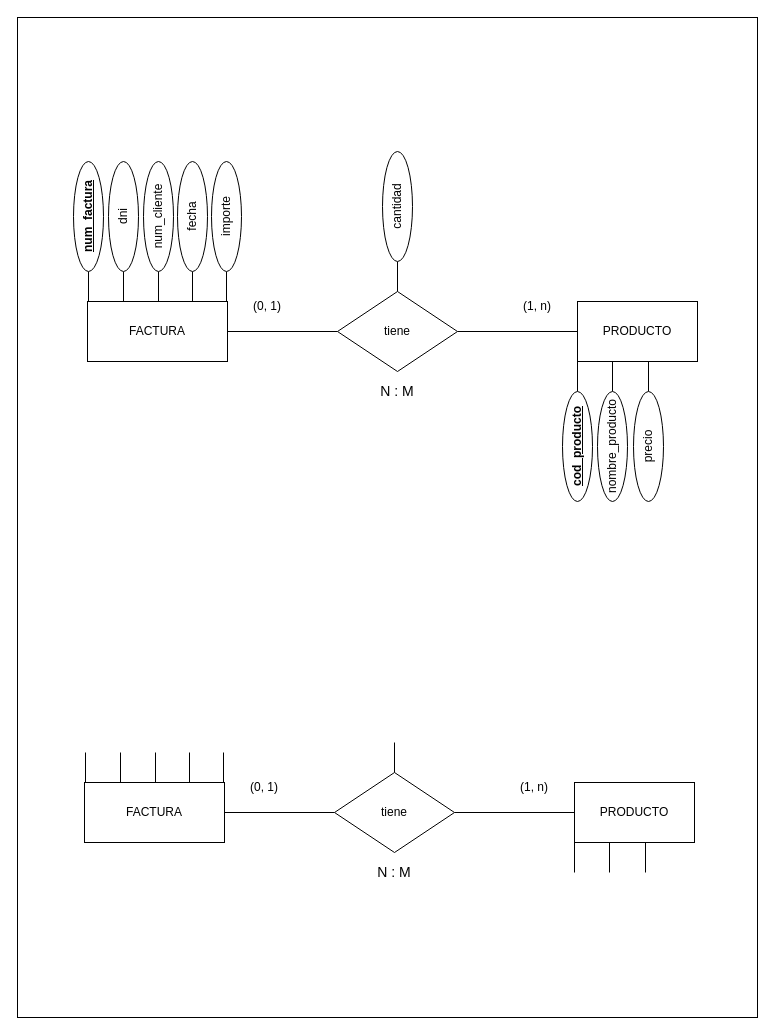
Above: src/BBDD/first_trimester/exercises/ejercicio1/ejercicio1_BBDD_ER.drawio in MLT93/UNIR (draw.io), before the change. Source tidied: cells renumbered, new cells numbered last; positions are measured from the earlier drawing's top-left corner, leaving out a move shared by most shapes. Both pictures are drawn from the tidied source at 100%, with x=0, y=0 at pixel (17, 17).
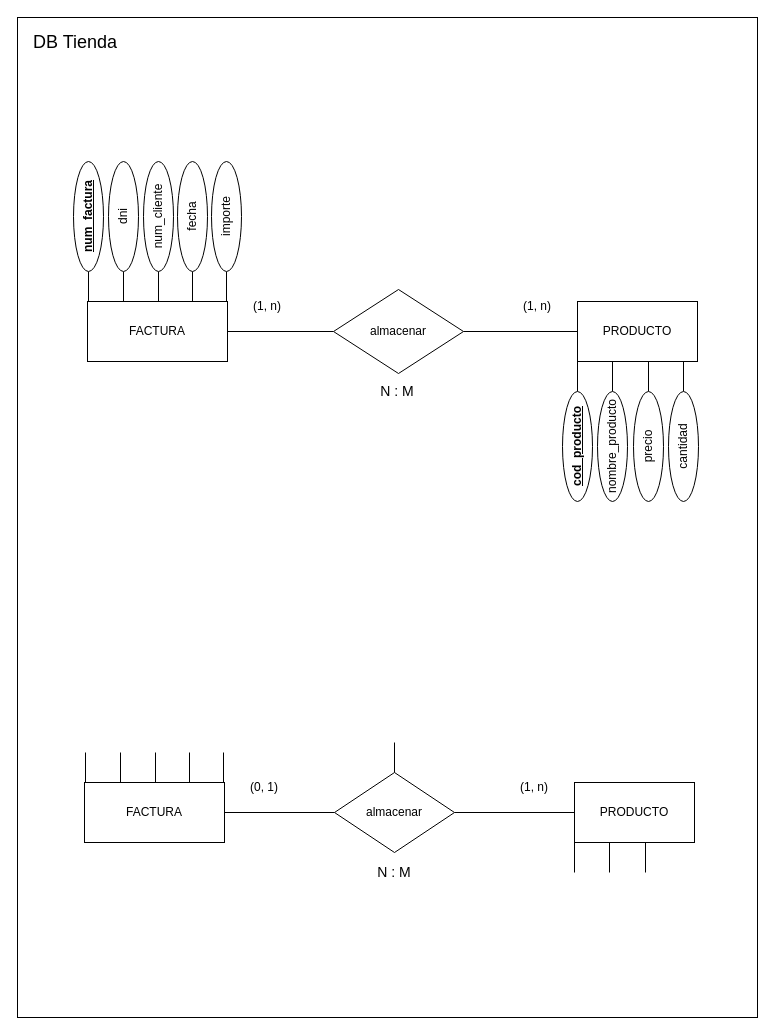
After the change.

Diff of the diagram source:
```diff
@@
-    <mxCell id="7" value="tiene" style="rhombus;whiteSpace=wrap;html=1;rounded=0;" parent="1" vertex="1">
-      <mxGeometry x="320" y="274" width="120" height="80" as="geometry" />
+    <mxCell id="7" value="almacenar" style="rhombus;whiteSpace=wrap;html=1;rounded=0;" parent="1" vertex="1">
+      <mxGeometry x="316" y="272" width="130" height="84" as="geometry" />
     </mxCell>
-    <mxCell id="8" style="endArrow=none;html=1;rounded=0;entryX=0;entryY=0.5;entryDx=0;entryDy=0;" parent="1" edge="1" target="9">
-      <mxGeometry relative="1" as="geometry">
-        <mxPoint x="380" y="274" as="sourcePoint" />
-      </mxGeometry>
-    </mxCell>
-    <mxCell id="9" value="cantidad" style="ellipse;whiteSpace=wrap;html=1;rotation=-90;" parent="1" vertex="1">
-      <mxGeometry x="325" y="174" width="110" height="30" as="geometry" />
-    </mxCell>
@@
-    <mxCell id="27" value="(0, 1)" style="text;html=1;align=center;verticalAlign=middle;whiteSpace=wrap;rounded=0;" parent="1" vertex="1">
+    <mxCell id="27" value="(1, n)" style="text;html=1;align=center;verticalAlign=middle;whiteSpace=wrap;rounded=0;" parent="1" vertex="1">
       <mxGeometry x="220" y="274" width="60" height="30" as="geometry" />
     </mxCell>
@@
-    <mxCell id="33" value="tiene" style="rhombus;whiteSpace=wrap;html=1;rounded=0;" parent="1" vertex="1">
+    <mxCell id="33" value="almacenar" style="rhombus;whiteSpace=wrap;html=1;rounded=0;" parent="1" vertex="1">
       <mxGeometry x="317" y="755" width="120" height="80" as="geometry" />
     </mxCell>
@@
+    <mxCell id="46" style="endArrow=none;html=1;rounded=0;entryX=0;entryY=0.5;entryDx=0;entryDy=0;" parent="1" edge="1">
+      <mxGeometry relative="1" as="geometry">
+        <mxPoint x="666" y="374" as="sourcePoint" />
+        <mxPoint x="666" y="344" as="targetPoint" />
+      </mxGeometry>
+    </mxCell>
+    <mxCell id="9" value="cantidad" style="ellipse;whiteSpace=wrap;html=1;rotation=-90;" parent="1" vertex="1">
+      <mxGeometry x="611" y="414" width="110" height="30" as="geometry" />
+    </mxCell>
+    <mxCell id="47" value="&lt;font style=&quot;font-size: 18px;&quot;&gt;DB Tienda&lt;/font&gt;" style="text;html=1;align=center;verticalAlign=middle;whiteSpace=wrap;rounded=0;" parent="1" vertex="1">
+      <mxGeometry x="10" y="10" width="96" height="30" as="geometry" />
+    </mxCell>
```
